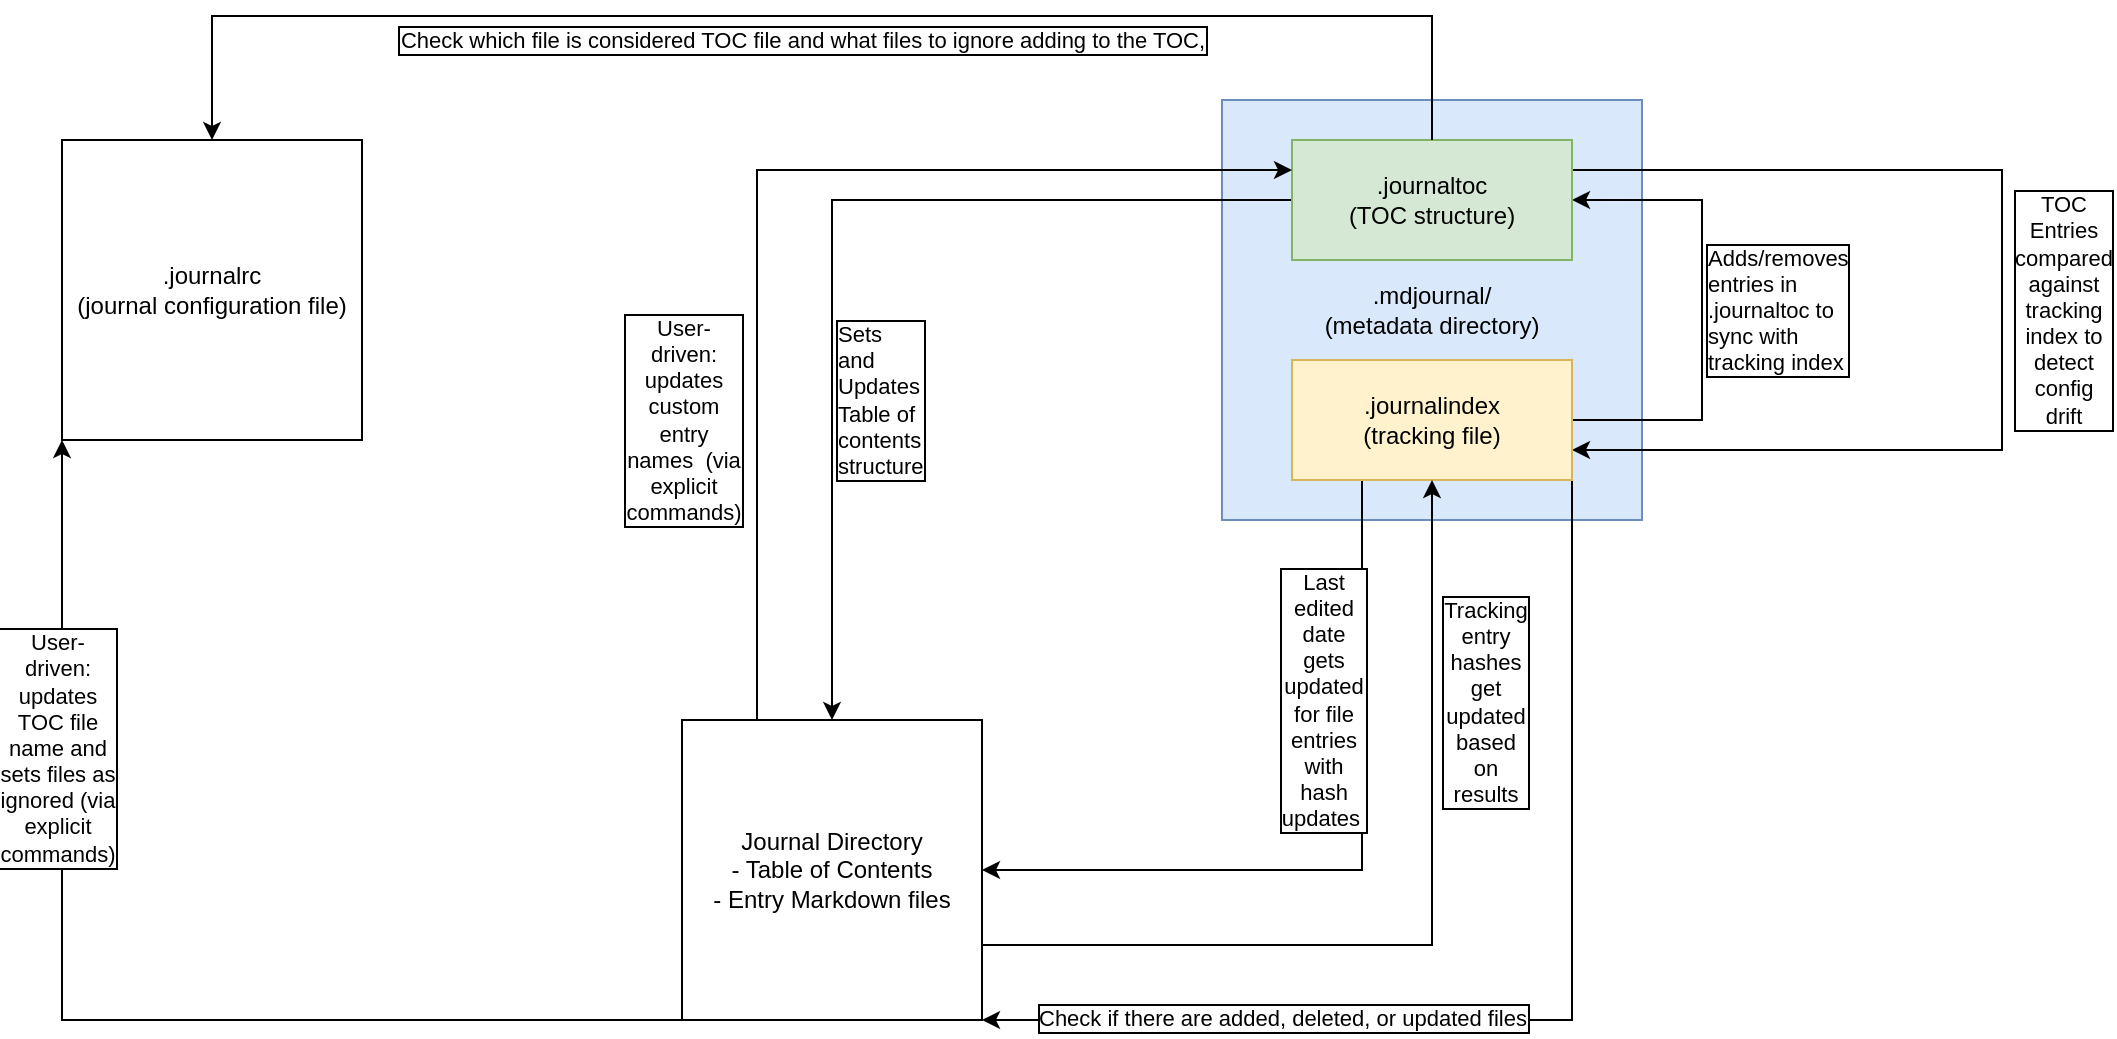
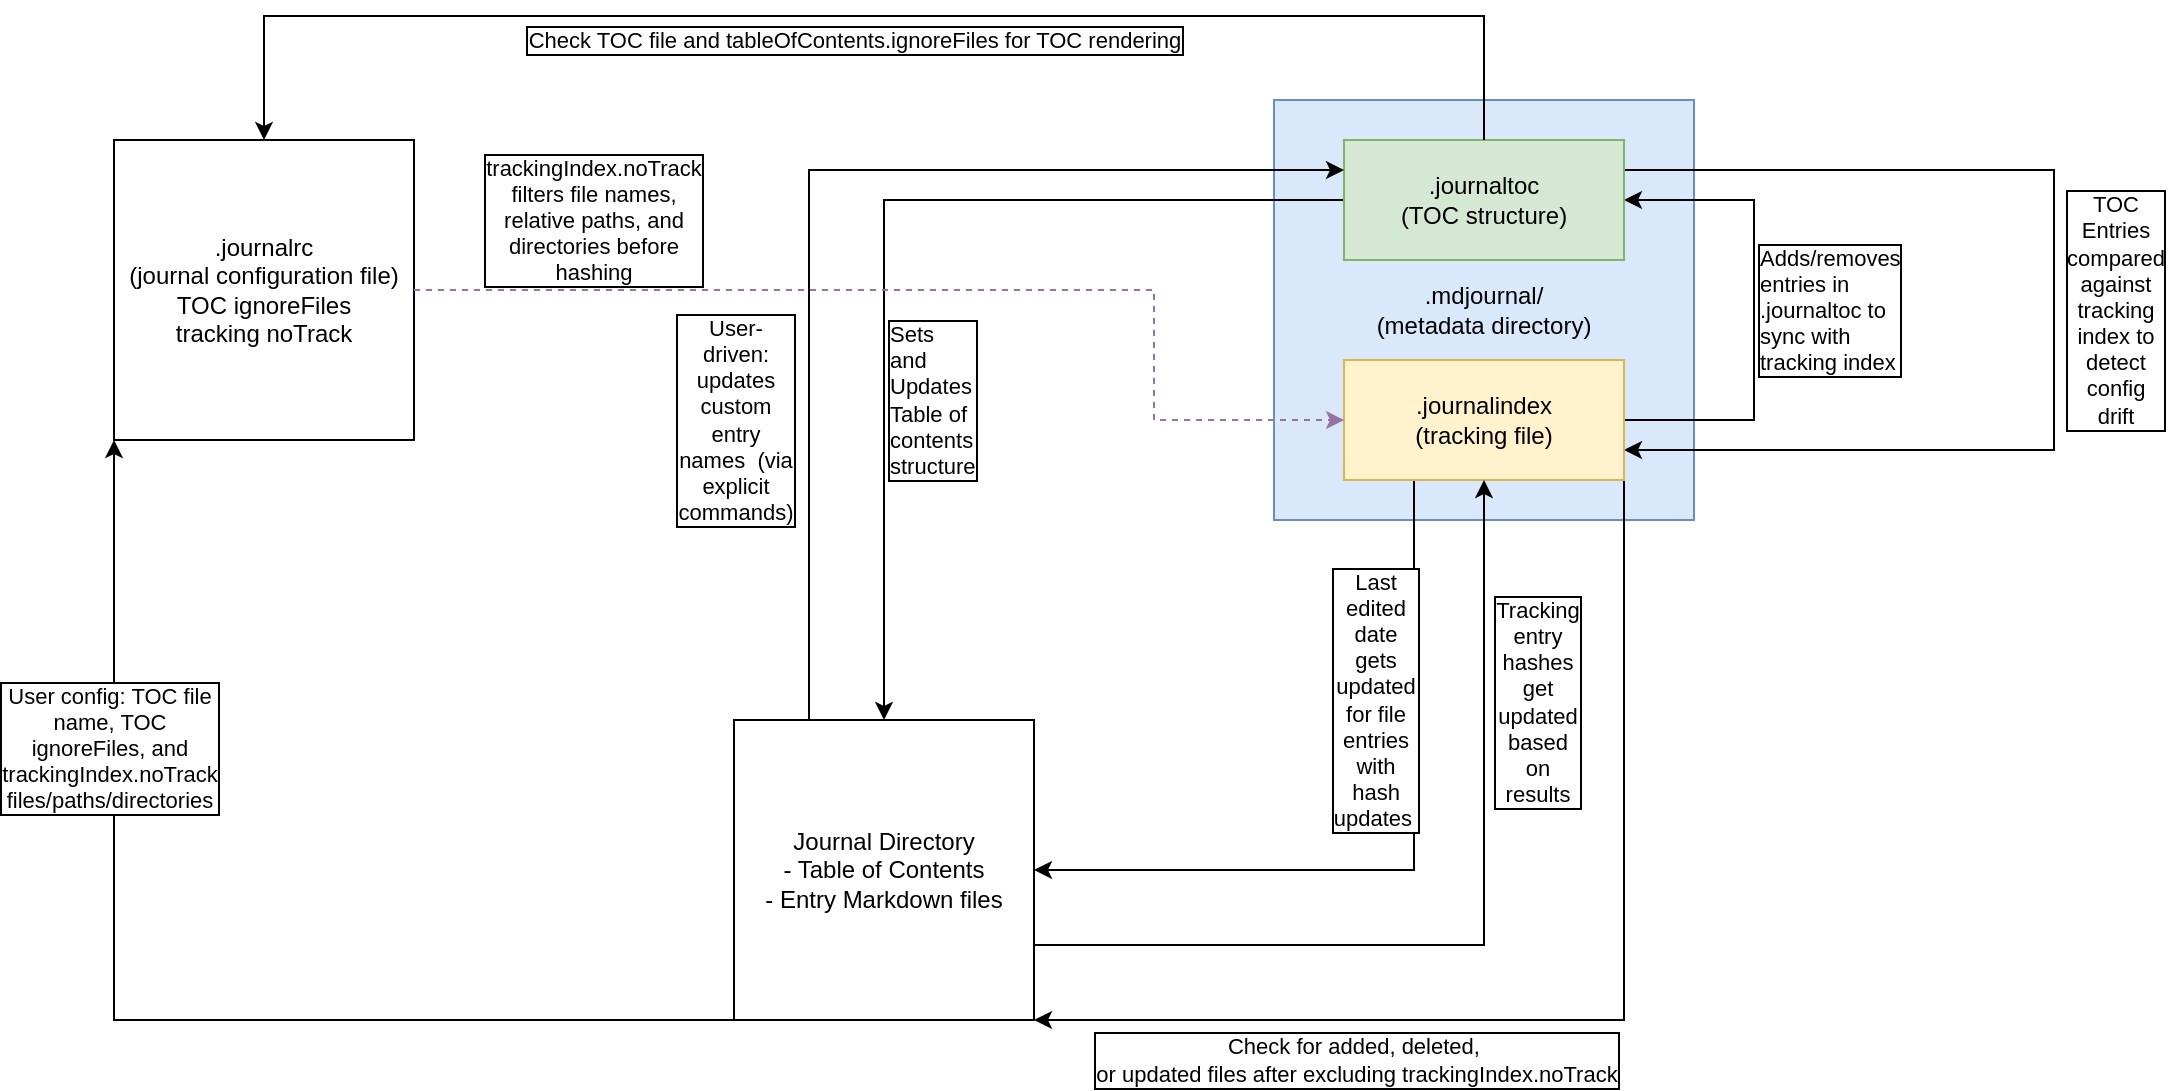
- <mxfile host="app.diagrams.net" agent="Mozilla/5.0 (Macintosh; Intel Mac OS X 10_15_7) AppleWebKit/537.36 (KHTML, like Gecko) Chrome/147.0.0.0 Safari/537.36" version="29.6.4">
+ <mxfile host="app.diagrams.net" agent="Mozilla/5.0 (Macintosh; Intel Mac OS X 10_15_7) AppleWebKit/537.36 (KHTML, like Gecko) Chrome/147.0.0.0 Safari/537.36">
  <diagram name="Page-1" id="bHoVlOGzG4BwT8m59Xn-">
-     <mxGraphModel dx="1426" dy="881" grid="1" gridSize="10" guides="1" tooltips="1" connect="1" arrows="1" fold="1" page="1" pageScale="1" pageWidth="850" pageHeight="1100" math="0" shadow="0">
+     <mxGraphModel dx="1845" dy="647" grid="1" gridSize="10" guides="1" tooltips="1" connect="1" arrows="1" fold="1" page="1" pageScale="1" pageWidth="850" pageHeight="1100" math="0" shadow="0">
      <root>
        <mxCell id="0" />
        <mxCell id="1" parent="0" />
-         <mxCell id="1iz8g19e6lX26GezY2zj-1" parent="1" style="whiteSpace=wrap;html=1;aspect=fixed;" value=".journalrc&lt;br&gt;(journal configuration file)" vertex="1">
+         <mxCell id="1iz8g19e6lX26GezY2zj-1" parent="1" style="whiteSpace=wrap;html=1;aspect=fixed;" value=".journalrc&lt;br&gt;(journal configuration file)&lt;br&gt;TOC ignoreFiles&lt;br&gt;tracking noTrack" vertex="1">
          <mxGeometry height="150" width="150" x="40" y="100" as="geometry" />
        </mxCell>
        <mxCell id="1iz8g19e6lX26GezY2zj-2" parent="1" style="whiteSpace=wrap;html=1;aspect=fixed;fillColor=#dae8fc;strokeColor=#6c8ebf;" value=".mdjournal/&lt;br&gt;(metadata directory)" vertex="1">
          <mxGeometry height="210" width="210" x="620" y="80" as="geometry" />
        </mxCell>
        <mxCell id="1iz8g19e6lX26GezY2zj-8" edge="1" parent="1" source="mdjournal-toc" style="edgeStyle=orthogonalEdgeStyle;rounded=0;orthogonalLoop=1;jettySize=auto;html=1;exitX=0;exitY=0.5;exitDx=0;exitDy=0;entryX=0.5;entryY=0;entryDx=0;entryDy=0;" target="1iz8g19e6lX26GezY2zj-3">
          <mxGeometry relative="1" as="geometry">
            <Array as="points">
              <mxPoint x="425" y="130" />
            </Array>
          </mxGeometry>
        </mxCell>
        <mxCell id="1iz8g19e6lX26GezY2zj-9" connectable="0" parent="1iz8g19e6lX26GezY2zj-8" style="edgeLabel;html=1;align=left;verticalAlign=middle;resizable=0;points=[];whiteSpace=wrap;labelBorderColor=default;" value="Sets and Updates Table of contents structure" vertex="1">
          <mxGeometry relative="1" x="-0.5467" as="geometry">
            <mxPoint x="-119" y="100" as="offset" />
          </mxGeometry>
        </mxCell>
        <mxCell id="1iz8g19e6lX26GezY2zj-4" edge="1" parent="1" source="mdjournal-toc" style="edgeStyle=orthogonalEdgeStyle;rounded=0;orthogonalLoop=1;jettySize=auto;html=1;exitX=1;exitY=0.25;exitDx=0;exitDy=0;entryX=1;entryY=0.75;entryDx=0;entryDy=0;" target="mdjournal-index">
          <mxGeometry relative="1" as="geometry">
            <Array as="points">
              <mxPoint x="1010" y="115" />
              <mxPoint x="1010" y="255" />
            </Array>
          </mxGeometry>
        </mxCell>
        <mxCell id="1iz8g19e6lX26GezY2zj-5" connectable="0" parent="1iz8g19e6lX26GezY2zj-4" style="edgeLabel;html=1;align=center;verticalAlign=middle;resizable=0;points=[];labelBorderColor=default;whiteSpace=wrap;" value="TOC Entries compared against tracking index to detect config drift" vertex="1">
          <mxGeometry relative="1" x="-0.2478" y="3" as="geometry">
            <mxPoint x="31" y="73" as="offset" />
          </mxGeometry>
        </mxCell>
        <mxCell id="1iz8g19e6lX26GezY2zj-6" edge="1" parent="1" source="mdjournal-index" style="edgeStyle=orthogonalEdgeStyle;rounded=0;orthogonalLoop=1;jettySize=auto;html=1;exitX=1;exitY=0.5;exitDx=0;exitDy=0;entryX=1;entryY=0.5;entryDx=0;entryDy=0;" target="mdjournal-toc">
          <mxGeometry relative="1" as="geometry">
            <Array as="points">
              <mxPoint x="860" y="240" />
              <mxPoint x="860" y="130" />
            </Array>
            <mxPoint x="810" y="250" as="sourcePoint" />
            <mxPoint x="985" y="142.5" as="targetPoint" />
          </mxGeometry>
        </mxCell>
        <mxCell id="1iz8g19e6lX26GezY2zj-7" connectable="0" parent="1iz8g19e6lX26GezY2zj-6" style="edgeLabel;html=1;align=left;verticalAlign=middle;resizable=0;points=[];labelBorderColor=default;whiteSpace=wrap;spacingTop=-2;fontSize=11;" value="Adds/removes entries in .journaltoc to sync with tracking index" vertex="1">
          <mxGeometry relative="1" x="0.4391" y="1" as="geometry">
            <mxPoint x="1" y="53" as="offset" />
          </mxGeometry>
        </mxCell>
        <mxCell id="1iz8g19e6lX26GezY2zj-12" edge="1" parent="1" source="mdjournal-index" style="edgeStyle=orthogonalEdgeStyle;rounded=0;orthogonalLoop=1;jettySize=auto;html=1;entryX=1;entryY=1;entryDx=0;entryDy=0;exitX=1;exitY=1;exitDx=0;exitDy=0;" target="1iz8g19e6lX26GezY2zj-3">
          <mxGeometry relative="1" as="geometry">
            <Array as="points">
              <mxPoint x="795" y="540" />
            </Array>
            <mxPoint x="795" y="350" as="sourcePoint" />
          </mxGeometry>
        </mxCell>
-         <mxCell id="1iz8g19e6lX26GezY2zj-13" connectable="0" parent="1iz8g19e6lX26GezY2zj-12" style="edgeLabel;html=1;align=center;verticalAlign=middle;resizable=0;points=[];labelBorderColor=default;" value="Check if there are added, deleted, or updated files" vertex="1">
+         <mxCell id="1iz8g19e6lX26GezY2zj-13" connectable="0" parent="1iz8g19e6lX26GezY2zj-12" style="edgeLabel;html=1;align=center;verticalAlign=middle;resizable=0;points=[];labelBorderColor=default;fontFamily=Helvetica;fontSize=11;fontColor=default;labelBackgroundColor=default;fillColor=none;gradientColor=none;rotation=0;" value="Check for added, deleted,&amp;nbsp;&lt;div&gt;or updated files after excluding trackingIndex.noTrack&lt;/div&gt;" vertex="1">
          <mxGeometry relative="1" x="0.3683" y="-1" as="geometry">
-             <mxPoint x="-29" as="offset" />
+             <mxPoint x="-18" y="21" as="offset" />
          </mxGeometry>
        </mxCell>
        <mxCell id="1iz8g19e6lX26GezY2zj-16" edge="1" parent="1" source="mdjournal-index" style="edgeStyle=orthogonalEdgeStyle;rounded=0;orthogonalLoop=1;jettySize=auto;html=1;entryX=1;entryY=0.5;entryDx=0;entryDy=0;exitX=0.25;exitY=1;exitDx=0;exitDy=0;" target="1iz8g19e6lX26GezY2zj-3">
          <mxGeometry relative="1" as="geometry">
            <mxPoint x="610" y="320" as="sourcePoint" />
          </mxGeometry>
        </mxCell>
        <mxCell id="1iz8g19e6lX26GezY2zj-17" connectable="0" parent="1iz8g19e6lX26GezY2zj-16" style="edgeLabel;html=1;align=center;verticalAlign=middle;resizable=0;points=[];whiteSpace=wrap;labelBorderColor=default;" value="Last edited date gets updated for file entries with hash updates&amp;nbsp;" vertex="1">
          <mxGeometry relative="1" x="0.4364" as="geometry">
            <mxPoint x="62" y="-85" as="offset" />
          </mxGeometry>
        </mxCell>
        <mxCell id="mdjournal-index" parent="1" style="whiteSpace=wrap;html=1;fillColor=#fff2cc;strokeColor=#d6b656;" value=".journalindex&lt;br&gt;(tracking file)" vertex="1">
          <mxGeometry height="60" width="140" x="655" y="210" as="geometry" />
        </mxCell>
        <mxCell id="mdjournal-toc" parent="1" style="whiteSpace=wrap;html=1;fillColor=#d5e8d4;strokeColor=#82b366;" value=".journaltoc&lt;br&gt;(TOC structure)" vertex="1">
          <mxGeometry height="60" width="140" x="655" y="100" as="geometry" />
        </mxCell>
        <mxCell id="1iz8g19e6lX26GezY2zj-10" edge="1" parent="1" source="1iz8g19e6lX26GezY2zj-3" style="edgeStyle=orthogonalEdgeStyle;rounded=0;orthogonalLoop=1;jettySize=auto;html=1;exitX=0;exitY=1;exitDx=0;exitDy=0;entryX=0;entryY=1;entryDx=0;entryDy=0;" target="1iz8g19e6lX26GezY2zj-1">
          <mxGeometry relative="1" as="geometry">
            <Array as="points">
              <mxPoint x="40" y="540" />
            </Array>
          </mxGeometry>
        </mxCell>
-         <mxCell id="1iz8g19e6lX26GezY2zj-11" connectable="0" parent="1iz8g19e6lX26GezY2zj-10" style="edgeLabel;html=1;align=center;verticalAlign=middle;resizable=0;points=[];whiteSpace=wrap;labelBorderColor=default;" value="User-driven: updates TOC file name and sets files as ignored (via explicit commands)" vertex="1">
+         <mxCell id="1iz8g19e6lX26GezY2zj-11" connectable="0" parent="1iz8g19e6lX26GezY2zj-10" style="edgeLabel;html=1;align=center;verticalAlign=middle;resizable=0;points=[];whiteSpace=wrap;labelBorderColor=default;" value="User config: TOC file name, TOC ignoreFiles, and trackingIndex.noTrack files/paths/directories" vertex="1">
          <mxGeometry relative="1" x="0.4875" y="2" as="geometry">
            <mxPoint as="offset" />
          </mxGeometry>
        </mxCell>
        <mxCell id="1iz8g19e6lX26GezY2zj-14" edge="1" parent="1" source="1iz8g19e6lX26GezY2zj-3" style="edgeStyle=orthogonalEdgeStyle;rounded=0;orthogonalLoop=1;jettySize=auto;html=1;exitX=1;exitY=0.75;exitDx=0;exitDy=0;entryX=0.5;entryY=1;entryDx=0;entryDy=0;" target="mdjournal-index">
          <mxGeometry relative="1" as="geometry">
            <mxPoint x="710" y="350" as="targetPoint" />
          </mxGeometry>
        </mxCell>
        <mxCell id="1iz8g19e6lX26GezY2zj-15" connectable="0" parent="1iz8g19e6lX26GezY2zj-14" style="edgeLabel;html=1;align=center;verticalAlign=middle;resizable=0;points=[];whiteSpace=wrap;labelBorderColor=default;" value="Tracking entry hashes get updated based on results" vertex="1">
          <mxGeometry relative="1" x="-0.7049" as="geometry">
            <mxPoint x="184" y="-122" as="offset" />
          </mxGeometry>
        </mxCell>
        <mxCell id="1iz8g19e6lX26GezY2zj-3" parent="1" style="whiteSpace=wrap;html=1;aspect=fixed;" value="Journal Directory&lt;br&gt;- Table of Contents&lt;br&gt;- Entry Markdown files" vertex="1">
          <mxGeometry height="150" width="150" x="350" y="390" as="geometry" />
        </mxCell>
        <mxCell id="sM5puiyG7KJhNXqsBqFD-4" edge="1" parent="1" source="1iz8g19e6lX26GezY2zj-3" style="edgeStyle=orthogonalEdgeStyle;rounded=0;orthogonalLoop=1;jettySize=auto;html=1;exitX=0.25;exitY=0;exitDx=0;exitDy=0;entryX=0;entryY=0.25;entryDx=0;entryDy=0;" target="mdjournal-toc">
          <mxGeometry relative="1" as="geometry">
            <Array as="points">
              <mxPoint x="388" y="115" />
            </Array>
            <mxPoint x="370" y="440" as="sourcePoint" />
            <mxPoint x="60" y="150" as="targetPoint" />
          </mxGeometry>
        </mxCell>
        <mxCell id="sM5puiyG7KJhNXqsBqFD-5" connectable="0" parent="sM5puiyG7KJhNXqsBqFD-4" style="edgeLabel;html=1;align=center;verticalAlign=middle;resizable=0;points=[];whiteSpace=wrap;labelBorderColor=default;" value="User-driven: updates custom entry names&amp;nbsp; (via explicit commands)" vertex="1">
          <mxGeometry relative="1" x="0.4875" y="2" as="geometry">
            <mxPoint x="-165" y="127" as="offset" />
          </mxGeometry>
        </mxCell>
        <mxCell id="sM5puiyG7KJhNXqsBqFD-6" edge="1" parent="1" source="mdjournal-toc" style="edgeStyle=orthogonalEdgeStyle;rounded=0;orthogonalLoop=1;jettySize=auto;html=1;exitX=0.5;exitY=0;exitDx=0;exitDy=0;entryX=0.5;entryY=0;entryDx=0;entryDy=0;" target="1iz8g19e6lX26GezY2zj-1">
          <mxGeometry relative="1" as="geometry">
            <Array as="points">
              <mxPoint x="725" y="38" />
              <mxPoint x="115" y="38" />
            </Array>
            <mxPoint x="280" y="312.5" as="sourcePoint" />
            <mxPoint x="547" y="37.5" as="targetPoint" />
          </mxGeometry>
        </mxCell>
-         <mxCell id="sM5puiyG7KJhNXqsBqFD-7" connectable="0" parent="sM5puiyG7KJhNXqsBqFD-6" style="edgeLabel;html=1;align=center;verticalAlign=middle;resizable=0;points=[];labelBorderColor=default;" value="Check which file is considered TOC file and what files to ignore adding to the TOC," vertex="1">
+         <mxCell id="sM5puiyG7KJhNXqsBqFD-7" connectable="0" parent="sM5puiyG7KJhNXqsBqFD-6" style="edgeLabel;html=1;align=center;verticalAlign=middle;resizable=0;points=[];labelBorderColor=default;" value="Check TOC file and tableOfContents.ignoreFiles for TOC rendering" vertex="1">
          <mxGeometry relative="1" x="0.4875" y="2" as="geometry">
            <mxPoint x="169" y="10" as="offset" />
+           </mxGeometry>
+         </mxCell>
+         <mxCell id="tracking-notrack-edge" edge="1" parent="1" source="1iz8g19e6lX26GezY2zj-1" style="edgeStyle=orthogonalEdgeStyle;rounded=0;orthogonalLoop=1;jettySize=auto;html=1;exitX=1;exitY=0.5;exitDx=0;exitDy=0;entryX=0;entryY=0.5;entryDx=0;entryDy=0;dashed=1;strokeColor=#9673a6;" target="mdjournal-index">
+           <mxGeometry relative="1" as="geometry">
+             <Array as="points">
+               <mxPoint x="560" y="175" />
+               <mxPoint x="560" y="240" />
+             </Array>
+             <mxPoint x="185.00000000000023" y="229" as="sourcePoint" />
+             <mxPoint x="500" y="309" as="targetPoint" />
+           </mxGeometry>
+         </mxCell>
+         <mxCell id="tracking-notrack-label" connectable="0" parent="tracking-notrack-edge" style="edgeLabel;html=1;align=center;verticalAlign=middle;resizable=0;points=[];whiteSpace=wrap;labelBorderColor=default;fontSize=11;" value="trackingIndex.noTrack filters file names, relative paths, and directories before hashing" vertex="1">
+           <mxGeometry relative="1" x="-0.119" y="2" as="geometry">
+             <mxPoint x="-144" y="-33" as="offset" />
          </mxGeometry>
        </mxCell>
      </root>
    </mxGraphModel>
  </diagram>
</mxfile>
